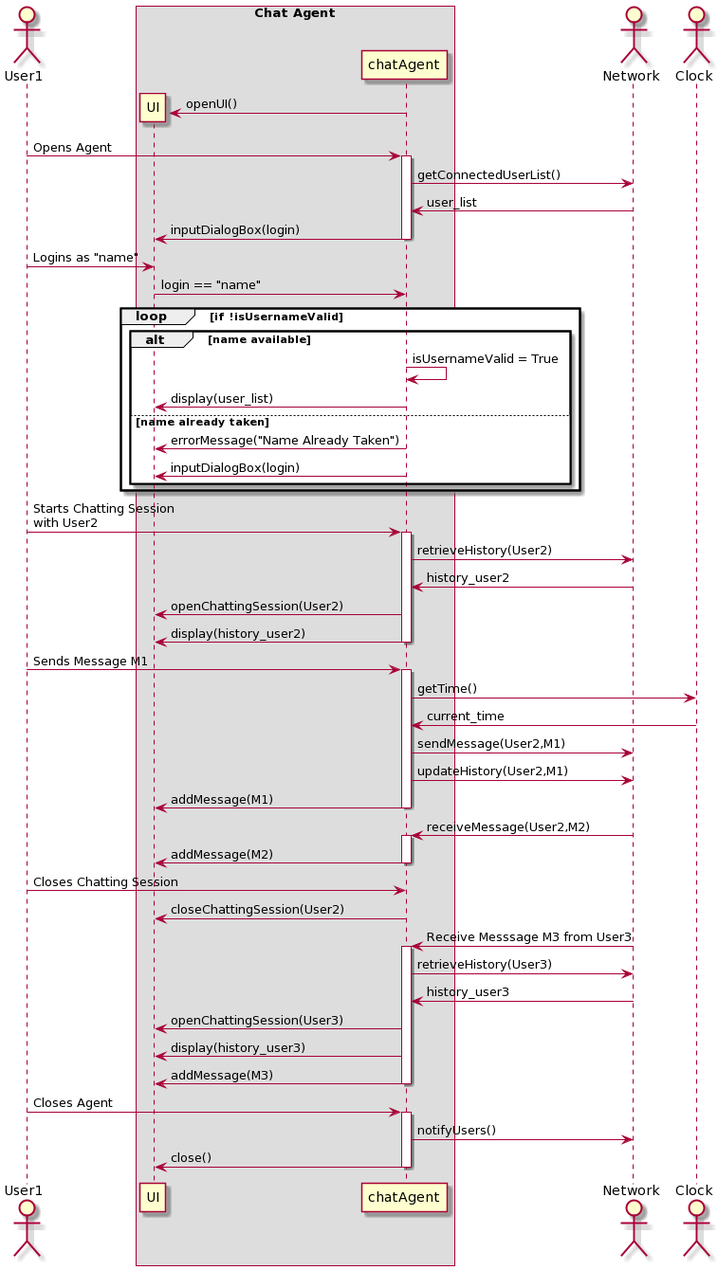
The PlantUML diagram UMLPlant/sequence_white_box.png in scanim-valentin/decentralized-chat-system, before a commit. Its diagram source:
```plantuml
@startuml
actor User1 as User
box "Chat Agent"

  UI <- chatAgent ** : openUI()
  participant "other classes" as chatAgent

end box

actor "Network" as Network
actor "Clock" as Clock

User -> chatAgent ++ : Opens Agent
chatAgent -> Network : getConnectedUserList()
Network -> chatAgent : user_list
chatAgent -> UI -- : inputDialogBox(login)

User -> UI : Logins as "name"
UI -> chatAgent : login == "name"
loop if !isUsernameValid
alt name available
chatAgent -> chatAgent : isUsernameValid = True
UI <- chatAgent : display(user_list)
    else name already taken
UI <- chatAgent : errorMessage("Name Already Taken")
UI <- chatAgent -- : inputDialogBox(login)
    end
end

User -> chatAgent ++ : Starts Chatting Session\nwith User2
  chatAgent -> Network : retrieveHistory(User2)
  Network -> chatAgent : history_user2
  chatAgent -> UI : openChattingSession(User2)
chatAgent -> UI -- : display(history_user2)

User -> chatAgent ++ : Sends Message M1
  chatAgent -> Clock : getTime()
  Clock -> chatAgent : current_time
  chatAgent -> Network : sendMessage(User2,M1)
  chatAgent -> Network : updateHistory(User2,M1)
chatAgent -> UI -- : addMessage(M1)

Network -> chatAgent ++ : receiveMessage(User2,M2)
chatAgent -> UI -- : addMessage(M2)

User -> chatAgent : Closes Chatting Session
chatAgent -> UI : closeChattingSession(User2)

Network -> chatAgent ++ : Receive Messsage M3 from User3
  chatAgent -> Network : retrieveHistory(User3)
  Network -> chatAgent : history_user3
  chatAgent -> UI : openChattingSession(User3)
  chatAgent -> UI : display(history_user3)
chatAgent -> UI -- : addMessage(M3)

User -> chatAgent ++ : Closes Agent
  chatAgent -> Network : notifyUsers()
chatAgent -> UI -- : close()
@enduml
```
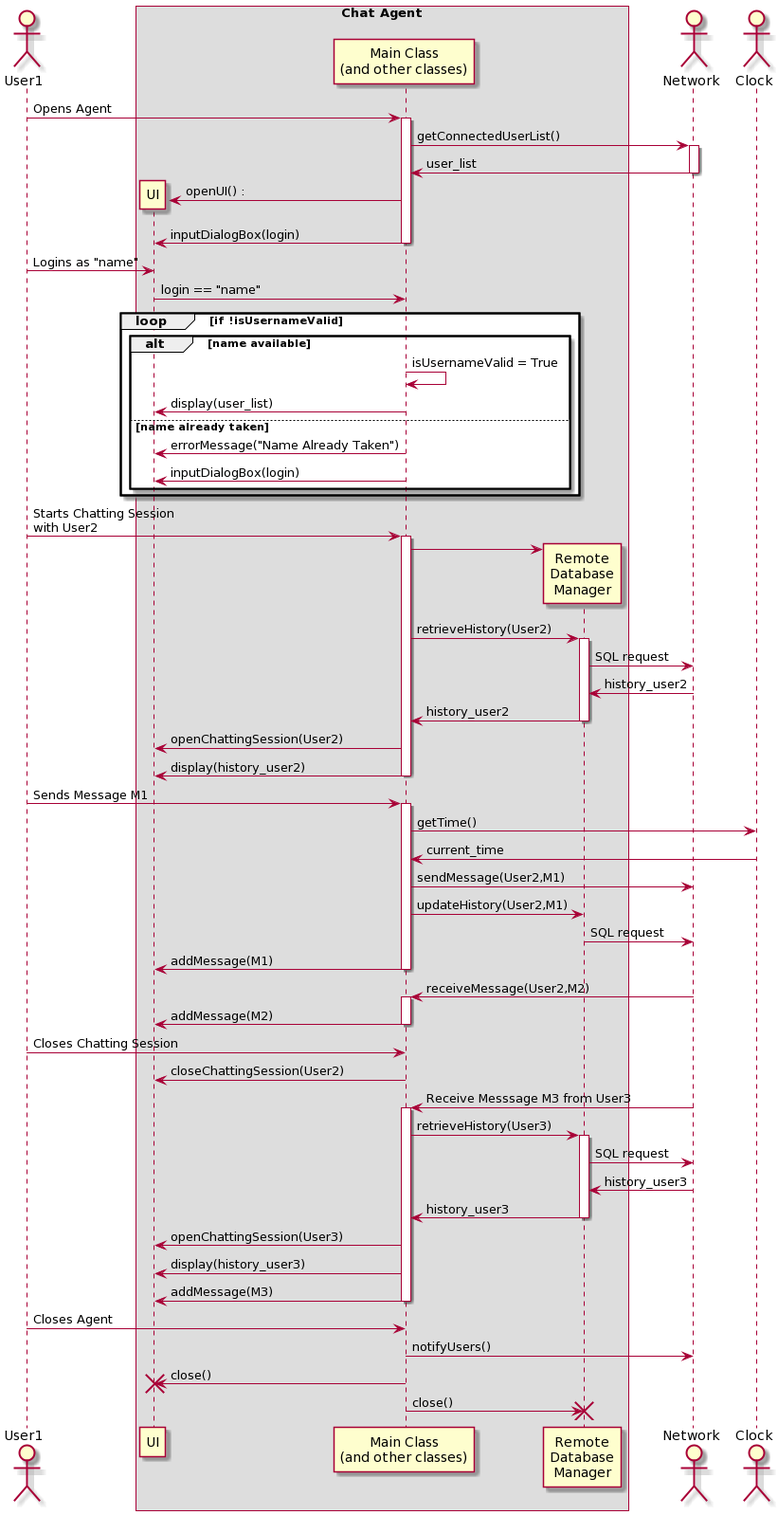
Later version of the same file.

The edit, as a diff of the source:
```diff
@@ -1,18 +1,18 @@
 @startuml
 actor User1 as User
 box "Chat Agent"
-
-  UI <- chatAgent ** : openUI()
-  participant "other classes" as chatAgent
-
+  participant UI
+  participant "Main Class\n(and other classes)" as chatAgent
+  participant "Remote\nDatabase\nManager" as databaseManager
 end box
 
 actor "Network" as Network
 actor "Clock" as Clock
 
 User -> chatAgent ++ : Opens Agent
-chatAgent -> Network : getConnectedUserList()
-Network -> chatAgent : user_list
+  chatAgent -> Network ++ : getConnectedUserList()
+  Network -> chatAgent -- : user_list
+  UI <- chatAgent ** : openUI() :
 chatAgent -> UI -- : inputDialogBox(login)
 
 User -> UI : Logins as "name"
@@ -28,16 +28,23 @@
 end
 
 User -> chatAgent ++ : Starts Chatting Session\nwith User2
-  chatAgent -> Network : retrieveHistory(User2)
-  Network -> chatAgent : history_user2
+  chatAgent -> databaseManager **
+  chatAgent -> databaseManager ++ : retrieveHistory(User2)
+    databaseManager -> Network : SQL request
+    Network -> databaseManager : history_user2
+  databaseManager -> chatAgent -- : history_user2
+
   chatAgent -> UI : openChattingSession(User2)
 chatAgent -> UI -- : display(history_user2)
 
 User -> chatAgent ++ : Sends Message M1
   chatAgent -> Clock : getTime()
   Clock -> chatAgent : current_time
+
   chatAgent -> Network : sendMessage(User2,M1)
-  chatAgent -> Network : updateHistory(User2,M1)
+
+  chatAgent -> databaseManager : updateHistory(User2,M1)
+    databaseManager -> Network : SQL request
 chatAgent -> UI -- : addMessage(M1)
 
 Network -> chatAgent ++ : receiveMessage(User2,M2)
@@ -47,13 +54,16 @@
 chatAgent -> UI : closeChattingSession(User2)
 
 Network -> chatAgent ++ : Receive Messsage M3 from User3
-  chatAgent -> Network : retrieveHistory(User3)
-  Network -> chatAgent : history_user3
+  chatAgent -> databaseManager ++ : retrieveHistory(User3)
+    databaseManager -> Network : SQL request
+    Network -> databaseManager : history_user3
+  databaseManager -> chatAgent -- : history_user3
   chatAgent -> UI : openChattingSession(User3)
   chatAgent -> UI : display(history_user3)
 chatAgent -> UI -- : addMessage(M3)
 
-User -> chatAgent ++ : Closes Agent
-  chatAgent -> Network : notifyUsers()
-chatAgent -> UI -- : close()
+User -> chatAgent : Closes Agent
+chatAgent -> Network : notifyUsers()
+chatAgent -> UI !! : close()
+chatAgent -> databaseManager !! : close()
 @enduml
```
